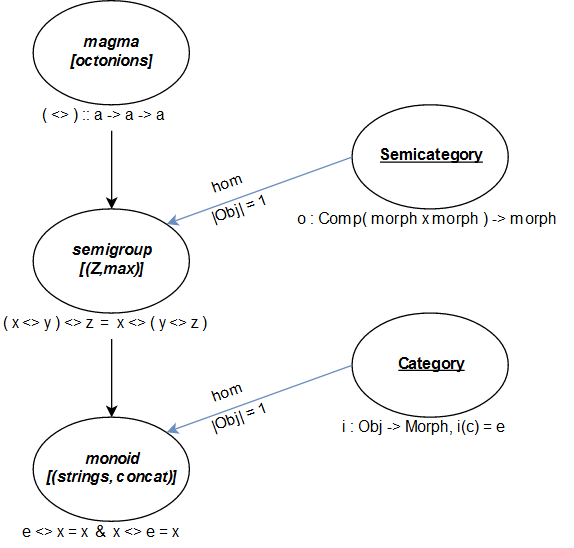
The draw.io diagram static/img/monoid.png in frycast/approximate_knowledge, before a commit. Source tidied: cells renumbered, new cells last; positions are measured from the earlier drawing's top-left corner, leaving out a move shared by most shapes.
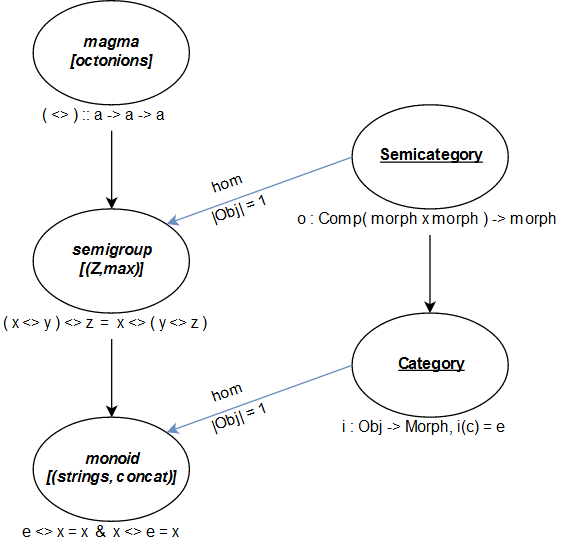
After the commit.

Commit message:
monoid figure update

What changed in the source:
```diff
@@ -47,6 +47,9 @@
     <mxCell id="16" value="hom" style="text;html=1;align=left;verticalAlign=top;spacingTop=-4;rotation=-20;" parent="1" vertex="1">
       <mxGeometry x="160" y="290" width="40" height="20" as="geometry" />
     </mxCell>
+    <mxCell id="20" style="edgeStyle=orthogonalEdgeStyle;rounded=0;jettySize=auto;html=1;entryX=0.5;entryY=0;entryDx=0;entryDy=0;fontColor=#FF8000;" parent="1" edge="1" source="17" target="11">
+      <mxGeometry relative="1" as="geometry" />
+    </mxCell>
     <mxCell id="17" value="&amp;nbsp; o : Comp( morph x morph ) -&amp;gt; morph" style="text;html=1;points=[];align=left;verticalAlign=top;spacingTop=-4;" parent="1" vertex="1">
       <mxGeometry x="220" y="160" width="220" height="20" as="geometry" />
     </mxCell>
```
